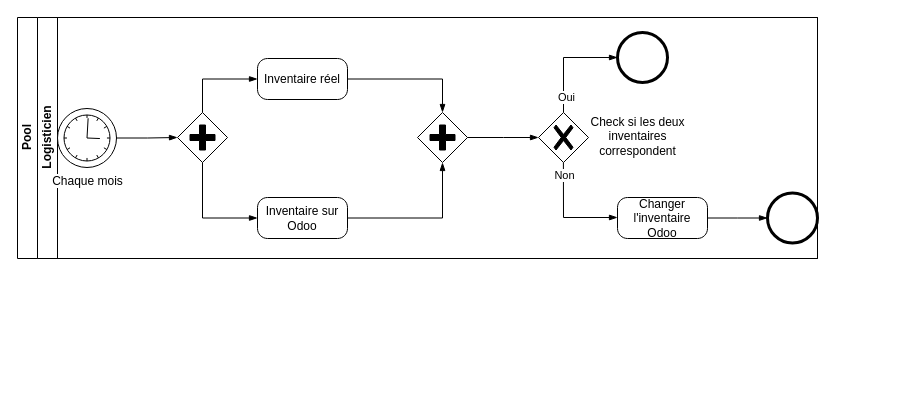
Above: Inventaire.drawio in quemet/Draw.io (draw.io), before the change. Source tidied: cells renumbered, new cells numbered last; positions are measured from the earlier drawing's top-left corner, leaving out a move shared by most shapes. Both pictures are drawn from the tidied source at 100%, with x=0, y=0 at pixel (17, 17).
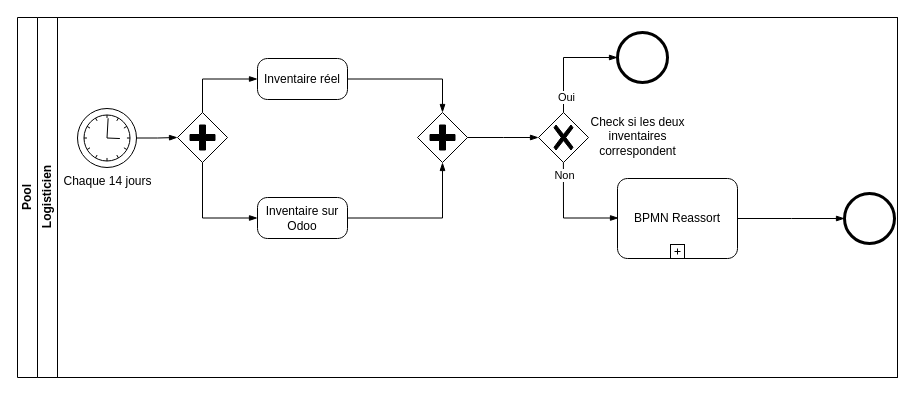
The same page after the edit.

Commit message:
Mettre à jour Inventaire.drawio

Diff of the diagram source:
```diff
@@
     <mxCell id="2" value="Pool" style="swimlane;html=1;horizontal=0;startSize=20;whiteSpace=wrap;" parent="1" vertex="1">
-      <mxGeometry width="800" height="241" as="geometry" />
+      <mxGeometry width="880" height="360" as="geometry" />
     </mxCell>
     <mxCell id="3" value="Logisticien" style="swimlane;html=1;startSize=20;horizontal=0;" parent="2" vertex="1">
-      <mxGeometry x="20" width="780" height="241" as="geometry" />
+      <mxGeometry x="20" width="860" height="360" as="geometry" />
     </mxCell>
-    <mxCell id="4" value="Chaque mois" style="points=[[0.145,0.145,0],[0.5,0,0],[0.855,0.145,0],[1,0.5,0],[0.855,0.855,0],[0.5,1,0],[0.145,0.855,0],[0,0.5,0]];shape=mxgraph.bpmn.event;html=1;verticalLabelPosition=bottom;labelBackgroundColor=#ffffff;verticalAlign=top;align=center;perimeter=ellipsePerimeter;outlineConnect=0;outline=standard;symbol=timer;" parent="3" vertex="1">
-      <mxGeometry x="20" y="91" width="59" height="59" as="geometry" />
+    <mxCell id="4" value="Chaque 14 jours" style="points=[[0.145,0.145,0],[0.5,0,0],[0.855,0.145,0],[1,0.5,0],[0.855,0.855,0],[0.5,1,0],[0.145,0.855,0],[0,0.5,0]];shape=mxgraph.bpmn.event;html=1;verticalLabelPosition=bottom;labelBackgroundColor=#ffffff;verticalAlign=top;align=center;perimeter=ellipsePerimeter;outlineConnect=0;outline=standard;symbol=timer;" parent="3" vertex="1">
+      <mxGeometry x="40" y="91" width="59" height="59" as="geometry" />
     </mxCell>
@@
-    <mxCell id="19" style="edgeStyle=elbowEdgeStyle;fontSize=12;html=1;endArrow=blockThin;endFill=1;rounded=0;" parent="3" edge="1">
+    <mxCell id="19" style="edgeStyle=elbowEdgeStyle;fontSize=12;html=1;endArrow=blockThin;endFill=1;rounded=0;entryX=0;entryY=0.5;entryDx=0;entryDy=0;entryPerimeter=0;" parent="3" edge="1">
       <mxGeometry relative="1" as="geometry">
         <mxPoint x="525.9" y="145" as="sourcePoint" />
-        <mxPoint x="580" y="200" as="targetPoint" />
+        <mxPoint x="581" y="200.5" as="targetPoint" />
         <Array as="points">
           <mxPoint x="526" y="200" />
         </Array>
       </mxGeometry>
     </mxCell>
@@
-    <mxCell id="22" value="Changer l'inventaire Odoo" style="points=[[0.25,0,0],[0.5,0,0],[0.75,0,0],[1,0.25,0],[1,0.5,0],[1,0.75,0],[0.75,1,0],[0.5,1,0],[0.25,1,0],[0,0.75,0],[0,0.5,0],[0,0.25,0]];shape=mxgraph.bpmn.task;whiteSpace=wrap;rectStyle=rounded;size=10;html=1;taskMarker=abstract;" parent="3" vertex="1">
-      <mxGeometry x="580" y="180" width="90" height="41" as="geometry" />
-    </mxCell>
-    <mxCell id="23" style="points=[[0.145,0.145,0],[0.5,0,0],[0.855,0.145,0],[1,0.5,0],[0.855,0.855,0],[0.5,1,0],[0.145,0.855,0],[0,0.5,0]];shape=mxgraph.bpmn.event;html=1;verticalLabelPosition=bottom;labelBackgroundColor=#ffffff;verticalAlign=top;align=center;perimeter=ellipsePerimeter;outlineConnect=0;outline=end;symbol=terminate2;" parent="3" vertex="1">
-      <mxGeometry x="730" y="175.5" width="50" height="50" as="geometry" />
-    </mxCell>
-    <mxCell id="24" style="edgeStyle=elbowEdgeStyle;fontSize=12;html=1;endArrow=blockThin;endFill=1;rounded=0;exitX=1;exitY=0.5;exitDx=0;exitDy=0;exitPerimeter=0;entryX=0;entryY=0.5;entryDx=0;entryDy=0;entryPerimeter=0;" parent="3" edge="1" source="22" target="23">
-      <mxGeometry relative="1" as="geometry" />
-    </mxCell>
+    <mxCell id="25" value="BPMN Reassort" style="points=[[0.25,0,0],[0.5,0,0],[0.75,0,0],[1,0.25,0],[1,0.5,0],[1,0.75,0],[0.75,1,0],[0.5,1,0],[0.25,1,0],[0,0.75,0],[0,0.5,0],[0,0.25,0]];shape=mxgraph.bpmn.task;whiteSpace=wrap;rectStyle=rounded;size=10;html=1;taskMarker=abstract;isLoopSub=1;" parent="3" vertex="1">
+      <mxGeometry x="580" y="161" width="120" height="80" as="geometry" />
+    </mxCell>
+    <mxCell id="26" style="points=[[0.145,0.145,0],[0.5,0,0],[0.855,0.145,0],[1,0.5,0],[0.855,0.855,0],[0.5,1,0],[0.145,0.855,0],[0,0.5,0]];shape=mxgraph.bpmn.event;html=1;verticalLabelPosition=bottom;labelBackgroundColor=#ffffff;verticalAlign=top;align=center;perimeter=ellipsePerimeter;outlineConnect=0;outline=end;symbol=terminate2;" parent="3" vertex="1">
+      <mxGeometry x="807" y="176" width="50" height="50" as="geometry" />
+    </mxCell>
+    <mxCell id="27" style="edgeStyle=elbowEdgeStyle;fontSize=12;html=1;endArrow=blockThin;endFill=1;rounded=0;exitX=1;exitY=0.5;exitDx=0;exitDy=0;exitPerimeter=0;entryX=0;entryY=0.5;entryDx=0;entryDy=0;entryPerimeter=0;" parent="3" edge="1" source="25" target="26">
+      <mxGeometry relative="1" as="geometry" />
+    </mxCell>
```
